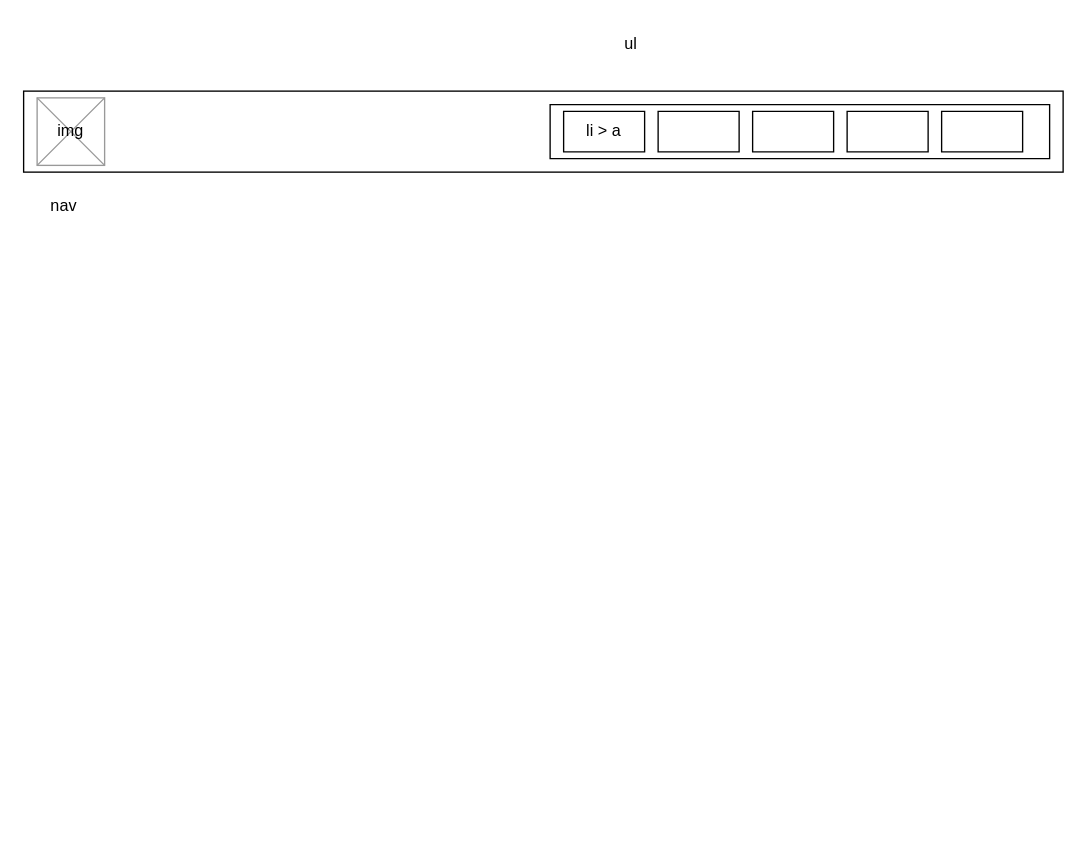
The draw.io diagram 01 HTML Y CSS/03 platzi demo/Diagrama sin título.drawio in Eduarrb/dw2022-4, before the edit. Source tidied: cells renumbered, new cells numbered last; positions are measured from the earlier drawing's top-left corner, leaving out a move shared by most shapes. Both pictures are drawn from the tidied source at 135%, with x=0, y=0 at pixel (23, 23).
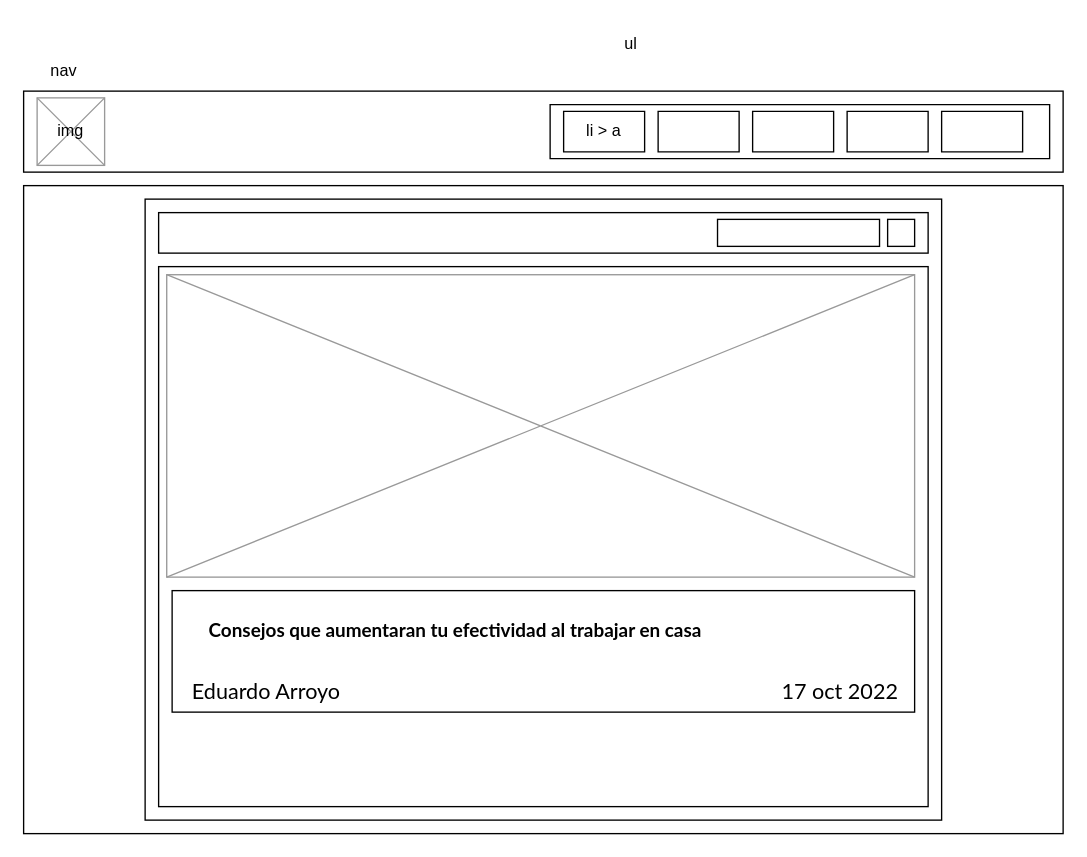
After the change.

Diff of the diagram source:
```diff
@@
     <mxCell id="3" value="nav" style="text;html=1;strokeColor=none;fillColor=none;align=center;verticalAlign=middle;whiteSpace=wrap;rounded=0;" parent="1" vertex="1">
-      <mxGeometry y="120" width="60" height="30" as="geometry" />
+      <mxGeometry y="20" width="60" height="30" as="geometry" />
     </mxCell>
@@
+    <mxCell id="14" style="rounded=0;whiteSpace=wrap;html=1;" parent="1" vertex="1">
+      <mxGeometry y="120" width="770" height="480" as="geometry" />
+    </mxCell>
+    <mxCell id="15" style="rounded=0;whiteSpace=wrap;html=1;" parent="1" vertex="1">
+      <mxGeometry x="90" y="130" width="590" height="460" as="geometry" />
+    </mxCell>
+    <mxCell id="16" style="rounded=0;whiteSpace=wrap;html=1;" parent="1" vertex="1">
+      <mxGeometry x="100" y="140" width="570" height="30" as="geometry" />
+    </mxCell>
+    <mxCell id="17" style="rounded=0;whiteSpace=wrap;html=1;" parent="1" vertex="1">
+      <mxGeometry x="514" y="145" width="120" height="20" as="geometry" />
+    </mxCell>
+    <mxCell id="18" style="rounded=0;whiteSpace=wrap;html=1;" parent="1" vertex="1">
+      <mxGeometry x="640" y="145" width="20" height="20" as="geometry" />
+    </mxCell>
+    <mxCell id="19" style="rounded=0;whiteSpace=wrap;html=1;" parent="1" vertex="1">
+      <mxGeometry x="100" y="180" width="570" height="400" as="geometry" />
+    </mxCell>
+    <mxCell id="20" style="verticalLabelPosition=bottom;shadow=0;dashed=0;align=center;html=1;verticalAlign=top;strokeWidth=1;shape=mxgraph.mockup.graphics.simpleIcon;strokeColor=#999999;" parent="1" vertex="1">
+      <mxGeometry x="106" y="186" width="554" height="224" as="geometry" />
+    </mxCell>
+    <mxCell id="21" style="group;" parent="1" vertex="1">
+      <mxGeometry x="110" y="420" width="550" height="90" as="geometry" />
+    </mxCell>
+    <mxCell id="22" style="rounded=0;whiteSpace=wrap;html=1;" parent="21" vertex="1">
+      <mxGeometry width="550" height="90" as="geometry" />
+    </mxCell>
+    <mxCell id="23" value="&lt;h1 style=&quot;font-family: Lato, sans-serif; text-align: start; font-size: 14px;&quot;&gt;Consejos que aumentaran tu efectividad al trabajar en casa&lt;/h1&gt;" style="text;html=1;strokeColor=none;fillColor=none;align=center;verticalAlign=middle;whiteSpace=wrap;rounded=0;fontSize=14;labelBackgroundColor=default;" parent="21" vertex="1">
+      <mxGeometry x="10" y="20" width="400" height="20" as="geometry" />
+    </mxCell>
+    <mxCell id="24" value="&lt;span style=&quot;font-family: Lato, sans-serif; font-size: medium; text-align: start;&quot;&gt;Eduardo Arroyo&lt;/span&gt;" style="text;html=1;strokeColor=none;fillColor=none;align=center;verticalAlign=middle;whiteSpace=wrap;rounded=0;fontSize=17;labelBackgroundColor=default;" parent="21" vertex="1">
+      <mxGeometry y="60" width="140" height="30" as="geometry" />
+    </mxCell>
+    <mxCell id="25" value="&lt;span style=&quot;font-family: Lato, sans-serif; font-size: medium; text-align: start;&quot;&gt;17 oct 2022&lt;/span&gt;" style="text;html=1;strokeColor=none;fillColor=none;align=center;verticalAlign=middle;whiteSpace=wrap;rounded=0;fontSize=17;labelBackgroundColor=default;" parent="21" vertex="1">
+      <mxGeometry x="440" y="60" width="110" height="30" as="geometry" />
+    </mxCell>
```
